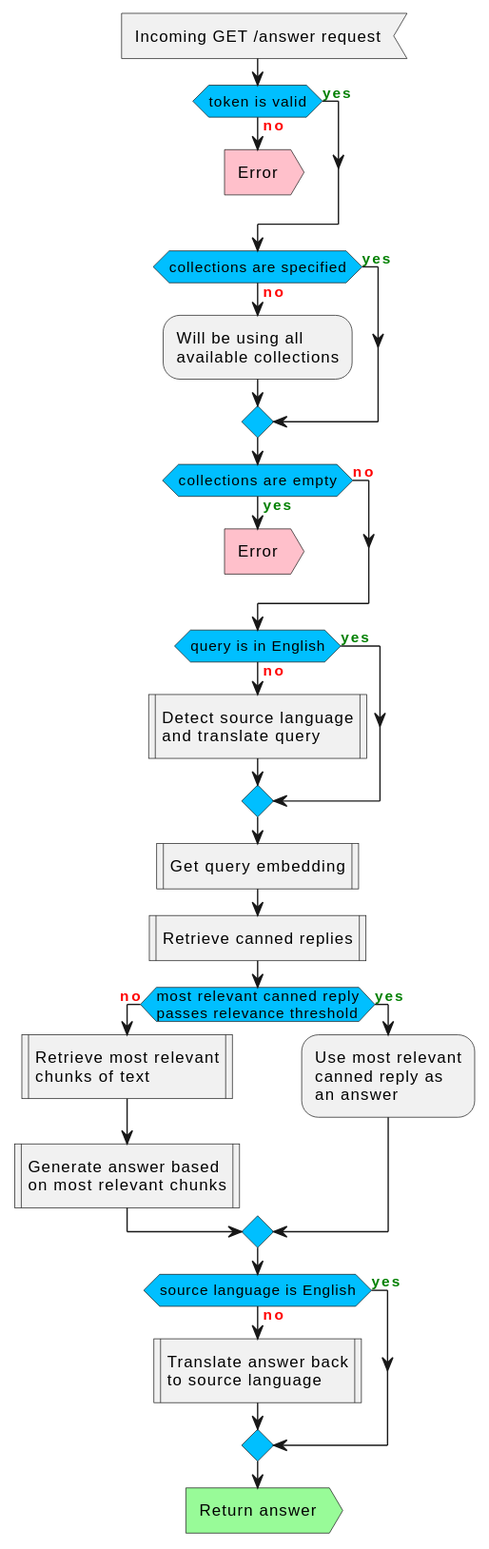
The PlantUML diagram public/images/askguru-answer-flow.svg in furiousteabag/asmirnov.xyz, before a commit. The source it was exported from:
```plantuml
@startuml
<style>
activityDiagram {
    diamond {
    BackgroundColor deepskyblue
    }
}
</style>

:Incoming GET /answer request<

if (token is valid) then (<color:red>**no**)
    #pink:Error>
    kill
else (<color:green>**yes**)
endif

if (collections are specified) then (<color:red>**no**)
    :Will be using all\navailable collections;
else (<color:green>**yes**)
endif

if (collections are empty) then (<color:green>**yes**)
    #pink:Error>
    kill
else (<color:red>**no**)
endif

if (query is in English) then (<color:red>**no**)
    :Detect source language\nand translate query|
else (<color:green>**yes**)
endif

:Get query embedding|

:Retrieve canned replies|

if (most relevant canned reply\npasses relevance threshold) then (<color:red>**no**)
    :Retrieve most relevant\nchunks of text|
    :Generate answer based\non most relevant chunks|
else (<color:green>**yes**)
    :Use most relevant\ncanned reply as\nan answer;
endif

if (source language is English) then (<color:red>**no**)
    :Translate answer back\nto source language|
else (<color:green>**yes**)
endif

#palegreen:Return answer>
@enduml
```
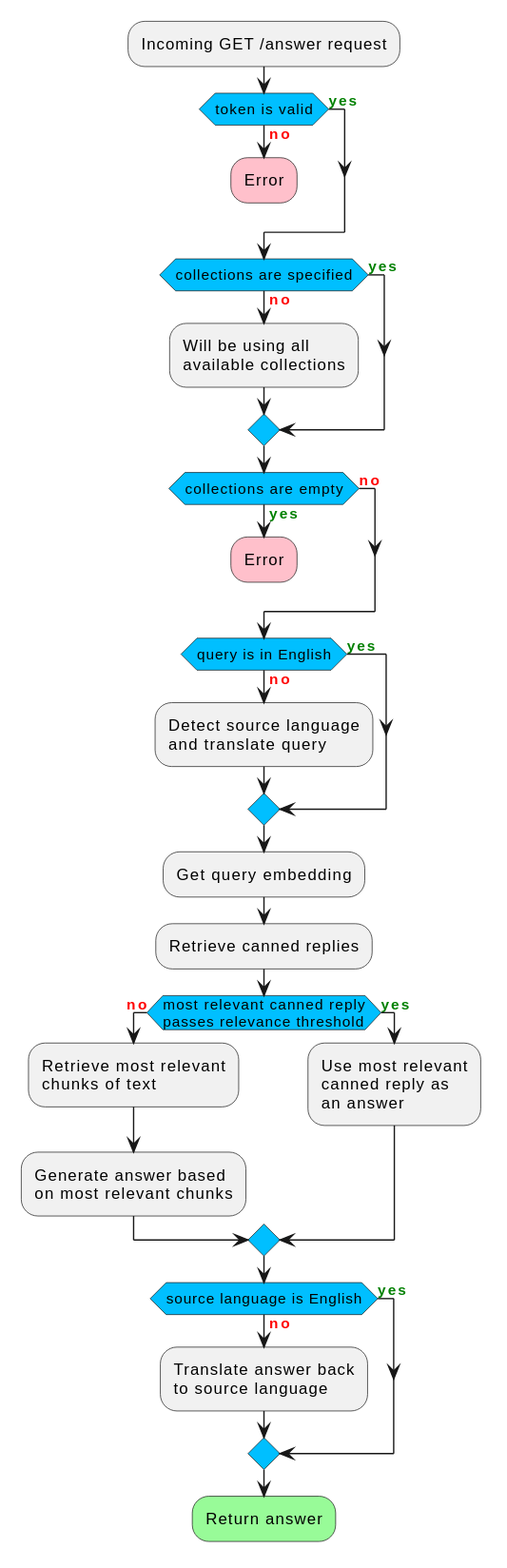
Later version of the same file.

Diff of the diagram source:
```diff
@@ -7,10 +7,10 @@
 }
 </style>
 
-:Incoming GET /answer request<
+:Incoming GET /answer request;
 
 if (token is valid) then (<color:red>**no**)
-    #pink:Error>
+    :Error; <<#pink>>
     kill
 else (<color:green>**yes**)
 endif
@@ -21,31 +21,31 @@
 endif
 
 if (collections are empty) then (<color:green>**yes**)
-    #pink:Error>
+    :Error; <<#pink>>
     kill
 else (<color:red>**no**)
 endif
 
 if (query is in English) then (<color:red>**no**)
-    :Detect source language\nand translate query|
+    :Detect source language\nand translate query;
 else (<color:green>**yes**)
 endif
 
-:Get query embedding|
+:Get query embedding;
 
-:Retrieve canned replies|
+:Retrieve canned replies;
 
 if (most relevant canned reply\npasses relevance threshold) then (<color:red>**no**)
-    :Retrieve most relevant\nchunks of text|
-    :Generate answer based\non most relevant chunks|
+    :Retrieve most relevant\nchunks of text;
+    :Generate answer based\non most relevant chunks;
 else (<color:green>**yes**)
     :Use most relevant\ncanned reply as\nan answer;
 endif
 
 if (source language is English) then (<color:red>**no**)
-    :Translate answer back\nto source language|
+    :Translate answer back\nto source language;
 else (<color:green>**yes**)
 endif
 
-#palegreen:Return answer>
+:Return answer; <<#palegreen>>
 @enduml
```
